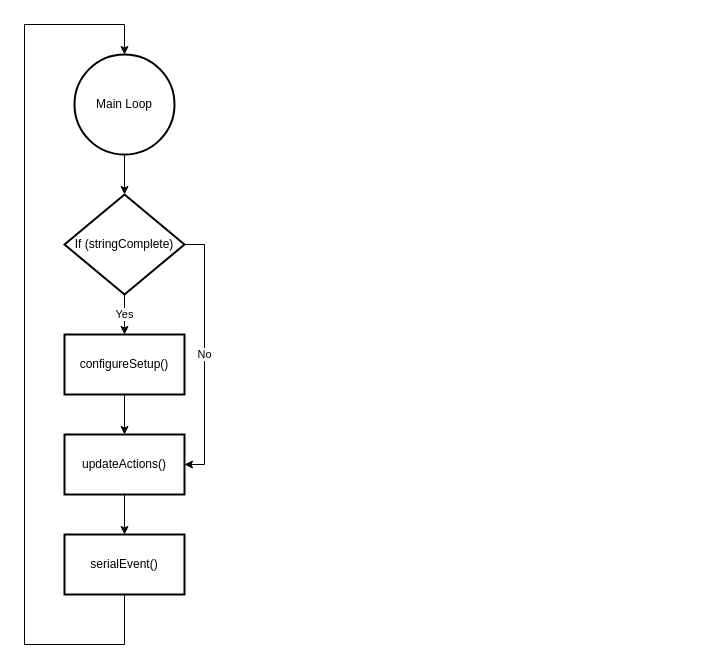
Earlier version of the draw.io diagram page "MainLoop" (1 of 2) of Arduino_Code/Arduino_Software.drawio (calebschmurr/AUNA_Test_Box). Source tidied: cells renumbered, new cells numbered last; positions are measured from the earlier drawing's top-left corner, leaving out a move shared by most shapes. Both pictures are drawn from the tidied source at 100%, with x=0, y=0 at pixel (24, 24).
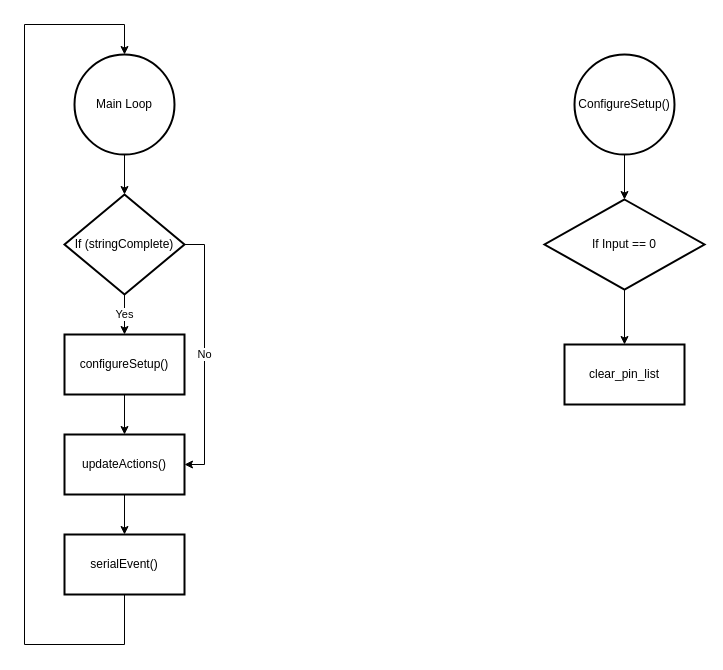
After the change.

Diff of the diagram source:
```diff
@@
+    <mxCell id="13" style="edgeStyle=orthogonalEdgeStyle;rounded=0;jettySize=auto;html=1;" parent="1" edge="1" source="14" target="16">
+      <mxGeometry relative="1" as="geometry" />
+    </mxCell>
+    <mxCell id="14" value="ConfigureSetup()" style="strokeWidth=2;html=1;shape=mxgraph.flowchart.start_2;whiteSpace=wrap;" parent="1" vertex="1">
+      <mxGeometry x="550" y="30" width="100" height="100" as="geometry" />
+    </mxCell>
+    <mxCell id="15" style="edgeStyle=orthogonalEdgeStyle;rounded=0;jettySize=auto;html=1;" parent="1" edge="1" source="16" target="17">
+      <mxGeometry relative="1" as="geometry" />
+    </mxCell>
+    <mxCell id="16" value="If Input == 0" style="rhombus;whiteSpace=wrap;html=1;strokeWidth=2;" parent="1" vertex="1">
+      <mxGeometry x="520" y="175" width="160" height="90" as="geometry" />
+    </mxCell>
+    <mxCell id="17" value="clear_pin_list" style="whiteSpace=wrap;html=1;strokeWidth=2;" parent="1" vertex="1">
+      <mxGeometry x="540" y="320" width="120" height="60" as="geometry" />
+    </mxCell>
```
